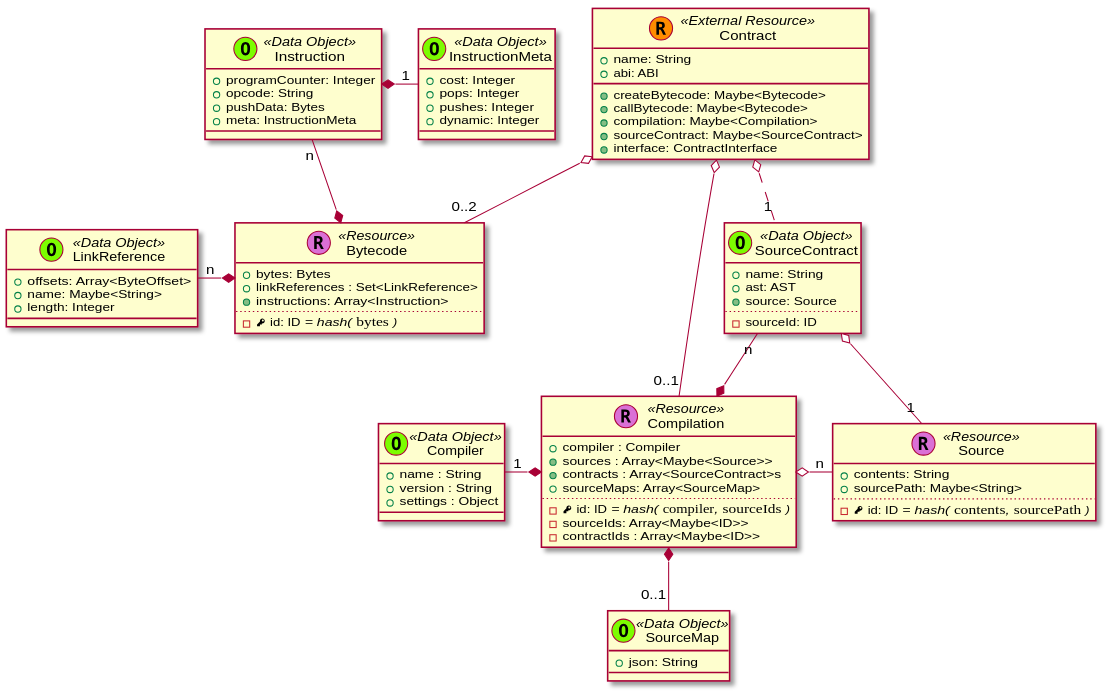
Earlier version of the PlantUML export _images/plantuml-e9147eb3f2fd48370e6ec239004ba66ea4d7f91a.svg (trufflesuite/artifact-updates).
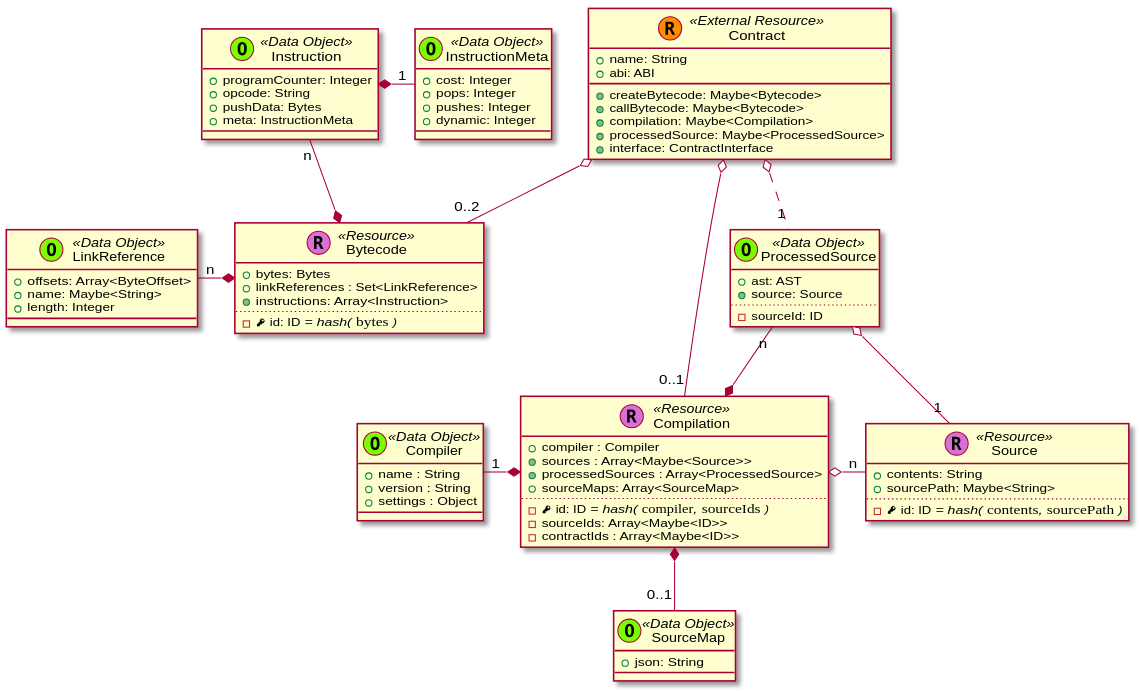
After the change.

Diff of the diagram source:
```diff
@@ -15,7 +15,7 @@
       + {method} createBytecode: Maybe<Bytecode>
       + {method} callBytecode: Maybe<Bytecode>
       + {method} compilation: Maybe<Compilation>
-      + {method} sourceContract: Maybe<SourceContract>
+      + {method} processedSource: Maybe<ProcessedSource>
       + {method} interface: ContractInterface
     }
 
@@ -62,7 +62,7 @@
     class Compilation << (R,orchid) Resource >> {
       + compiler : Compiler
       + {method} sources : Array<Maybe<Source>>
-      + {method} contracts : Array<SourceContract>s
+      + {method} processedSources : Array<ProcessedSource>
       + sourceMaps: Array<SourceMap>
       ..
       - {field} <&key> id: ID //= hash(// ""compiler""//,// ""sourceIds"" //)//
@@ -70,7 +70,7 @@
       - contractIds : Array<Maybe<ID>>
     }
 
-  SourceContract "n" --* Compilation
+  ProcessedSource "n" --* Compilation
 
 
 
@@ -98,8 +98,7 @@
     }
 
 
-    class SourceContract << (O,lawngreen) Data Object >> {
-      + name: String
+    class ProcessedSource << (O,lawngreen) Data Object >> {
       + ast: AST
       + {method} source: Source
       ..
@@ -119,7 +118,7 @@
 
 
   Contract o-- "0..1" Compilation
-  Contract o.. "1" SourceContract
+  Contract o.. "1" ProcessedSource
 
 
 
@@ -127,7 +126,7 @@
 
 
 
-  SourceContract o-- "1" Source
+  ProcessedSource o-- "1" Source
 
 
 
```
